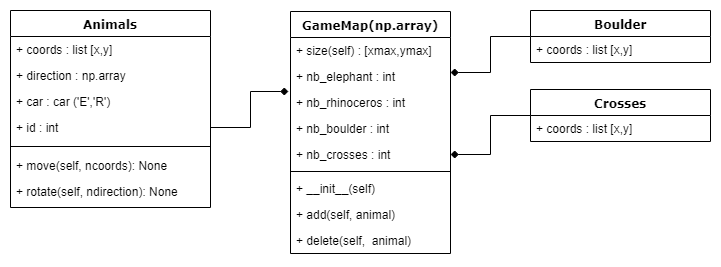
Above: Files/Siam.png in Teusner/Siam_Realm (draw.io), before the change. Source tidied: cells renumbered, new cells last; positions are measured from the earlier drawing's top-left corner, leaving out a move shared by most shapes.
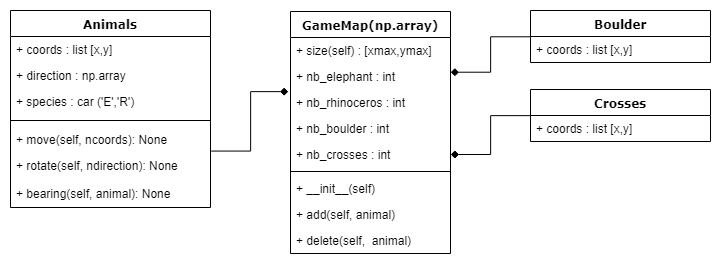
Above is the later version.

Change to the diagram source:
```diff
@@ -11,21 +11,21 @@
     <mxCell id="4" value="+ direction : np.array&lt;br&gt;" style="text;html=1;strokeColor=none;fillColor=none;align=left;verticalAlign=top;spacingLeft=4;spacingRight=4;whiteSpace=wrap;overflow=hidden;" parent="2" vertex="1">
       <mxGeometry y="52" width="200" height="26" as="geometry" />
     </mxCell>
-    <mxCell id="5" value="+ car : car ('E','R')" style="text;html=1;strokeColor=none;fillColor=none;align=left;verticalAlign=top;spacingLeft=4;spacingRight=4;whiteSpace=wrap;overflow=hidden;" parent="2" vertex="1">
+    <mxCell id="5" value="+ species : car ('E','R')" style="text;html=1;strokeColor=none;fillColor=none;align=left;verticalAlign=top;spacingLeft=4;spacingRight=4;whiteSpace=wrap;overflow=hidden;" parent="2" vertex="1">
       <mxGeometry y="78" width="200" height="26" as="geometry" />
     </mxCell>
-    <mxCell id="6" value="+ id : int" style="text;html=1;strokeColor=none;fillColor=none;align=left;verticalAlign=top;spacingLeft=4;spacingRight=4;whiteSpace=wrap;overflow=hidden;points=[[0,0.5],[1,0.5]];portConstraint=eastwest;" parent="2" vertex="1">
-      <mxGeometry y="104" width="200" height="26" as="geometry" />
-    </mxCell>
     <mxCell id="7" style="line;html=1;strokeWidth=1;fillColor=none;align=left;verticalAlign=middle;spacingTop=-1;spacingLeft=3;spacingRight=3;labelPosition=right;" parent="2" vertex="1">
-      <mxGeometry y="130" width="200" height="12" as="geometry" />
+      <mxGeometry y="104" width="200" height="12" as="geometry" />
     </mxCell>
     <mxCell id="8" value="+ move(self, ncoords): None" style="text;html=1;strokeColor=none;fillColor=none;align=left;verticalAlign=top;spacingLeft=4;spacingRight=4;whiteSpace=wrap;overflow=hidden;" parent="2" vertex="1">
-      <mxGeometry y="142" width="200" height="26" as="geometry" />
+      <mxGeometry y="116" width="200" height="26" as="geometry" />
     </mxCell>
     <mxCell id="9" value="+ rotate(self, ndirection): None" style="text;html=1;strokeColor=none;fillColor=none;align=left;verticalAlign=top;spacingLeft=4;spacingRight=4;whiteSpace=wrap;overflow=hidden;points=[[0,0.5],[1,0.5]];portConstraint=eastwest;" parent="2" vertex="1">
-      <mxGeometry y="168" width="200" height="28" as="geometry" />
+      <mxGeometry y="142" width="200" height="28" as="geometry" />
     </mxCell>
+    <mxCell id="6" value="+ bearing(self, animal): None" style="text;html=1;strokeColor=none;fillColor=none;align=left;verticalAlign=top;spacingLeft=4;spacingRight=4;whiteSpace=wrap;overflow=hidden;points=[[0,0.5],[1,0.5]];portConstraint=eastwest;" parent="2" vertex="1">
+      <mxGeometry y="170" width="200" height="26" as="geometry" />
+    </mxCell>
     <mxCell id="10" value="GameMap(np.array)" style="swimlane;html=1;fontStyle=1;align=center;verticalAlign=top;horizontal=1;startSize=26;swimlaneFillColor=#ffffff;rounded=0;shadow=0;comic=0;labelBackgroundColor=none;strokeColor=#000000;strokeWidth=1;fillColor=none;fontFamily=Verdana;fontSize=12;fontColor=#000000;" parent="1" vertex="1">
       <mxGeometry x="280" y="1" width="160" height="242" as="geometry" />
     </mxCell>
@@ -74,8 +74,13 @@
     <mxCell id="25" style="edgeStyle=orthogonalEdgeStyle;rounded=0;jettySize=auto;html=1;exitX=0;exitY=0.5;exitDx=0;exitDy=0;entryX=1;entryY=0.5;entryDx=0;entryDy=0;endArrow=diamond;endFill=1;" parent="1" edge="1" source="23" target="15">
       <mxGeometry relative="1" as="geometry" />
     </mxCell>
-    <mxCell id="26" style="edgeStyle=orthogonalEdgeStyle;rounded=0;jettySize=auto;html=1;exitX=1;exitY=0.5;exitDx=0;exitDy=0;entryX=-0.012;entryY=0.082;entryDx=0;entryDy=0;endArrow=diamond;endFill=1;entryPerimeter=0;" parent="1" edge="1" source="6" target="13">
-      <mxGeometry relative="1" as="geometry" />
+    <mxCell id="26" style="edgeStyle=orthogonalEdgeStyle;rounded=0;jettySize=auto;html=1;entryX=-0.012;entryY=0.082;entryDx=0;entryDy=0;endArrow=diamond;endFill=1;entryPerimeter=0;exitX=1.004;exitY=-0.051;exitDx=0;exitDy=0;exitPerimeter=0;" parent="1" edge="1" source="9" target="13">
+      <mxGeometry relative="1" as="geometry">
+        <Array as="points">
+          <mxPoint x="240" y="141" />
+          <mxPoint x="240" y="81" />
+        </Array>
+      </mxGeometry>
     </mxCell>
   </root>
 </mxGraphModel>
```
